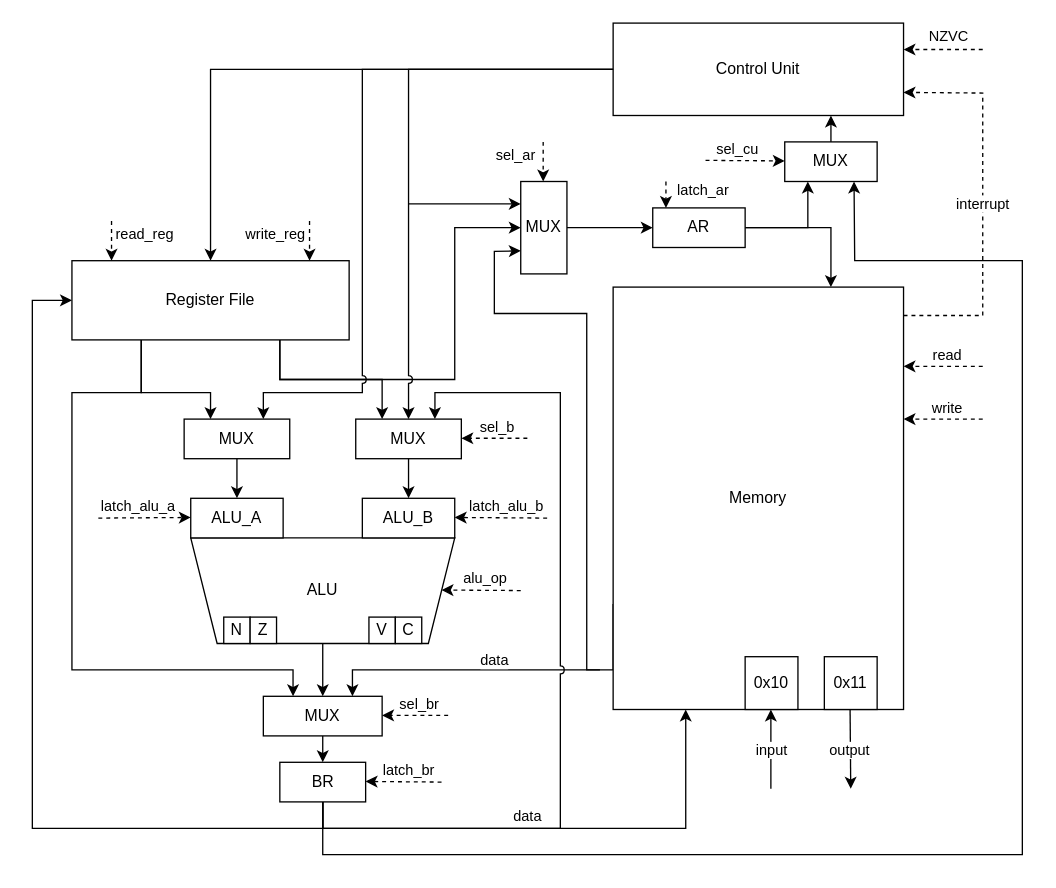
Before: media/source/data_path.drawio in tenolly/csa-machine, a draw.io diagram. Source tidied: cells renumbered, new cells numbered last; positions are measured from the earlier drawing's top-left corner, leaving out a move shared by most shapes. Both pictures are drawn from the tidied source at 132%, with x=0, y=0 at pixel (32, 22).
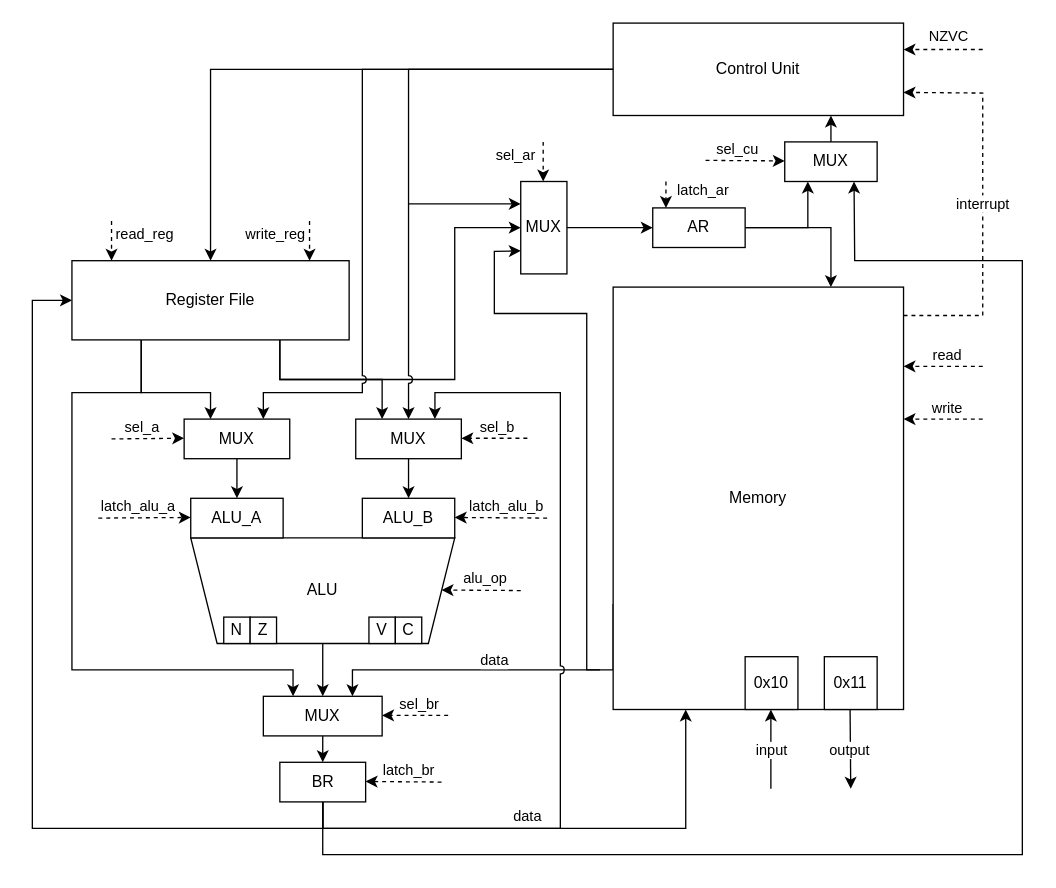
The same diagram, later.

The edit, as a diff of the source:
```diff
@@
+    <mxCell id="79" style="endArrow=classic;html=1;rounded=0;dashed=1;" parent="1" edge="1">
+      <mxGeometry relative="1" as="geometry">
+        <mxPoint x="60" y="315" as="sourcePoint" />
+        <mxPoint x="115" y="314.5" as="targetPoint" />
+      </mxGeometry>
+    </mxCell>
+    <mxCell id="80" value="sel_a" style="edgeLabel;html=1;align=center;verticalAlign=middle;" parent="79" vertex="1">
+      <mxGeometry x="-0.06" y="-1" relative="1" as="geometry">
+        <mxPoint x="-4" y="-10" as="offset" />
+      </mxGeometry>
+    </mxCell>
```
